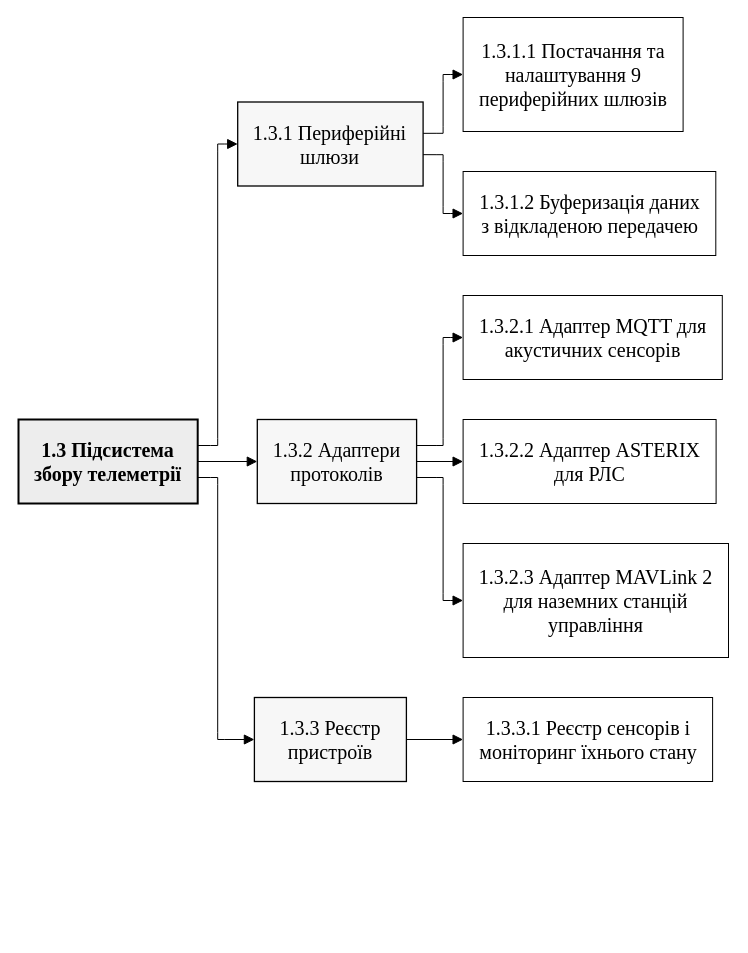
This is lab1/drawio/11_WBS_1.3.drawio from KravAvfv/-_2026, a draw.io file, before an edit. Source tidied: cells renumbered, new cells numbered last; positions are measured from the earlier drawing's top-left corner, leaving out a move shared by most shapes. Both pictures are drawn from the tidied source at 100%, with x=0, y=0 at pixel (18, 17).
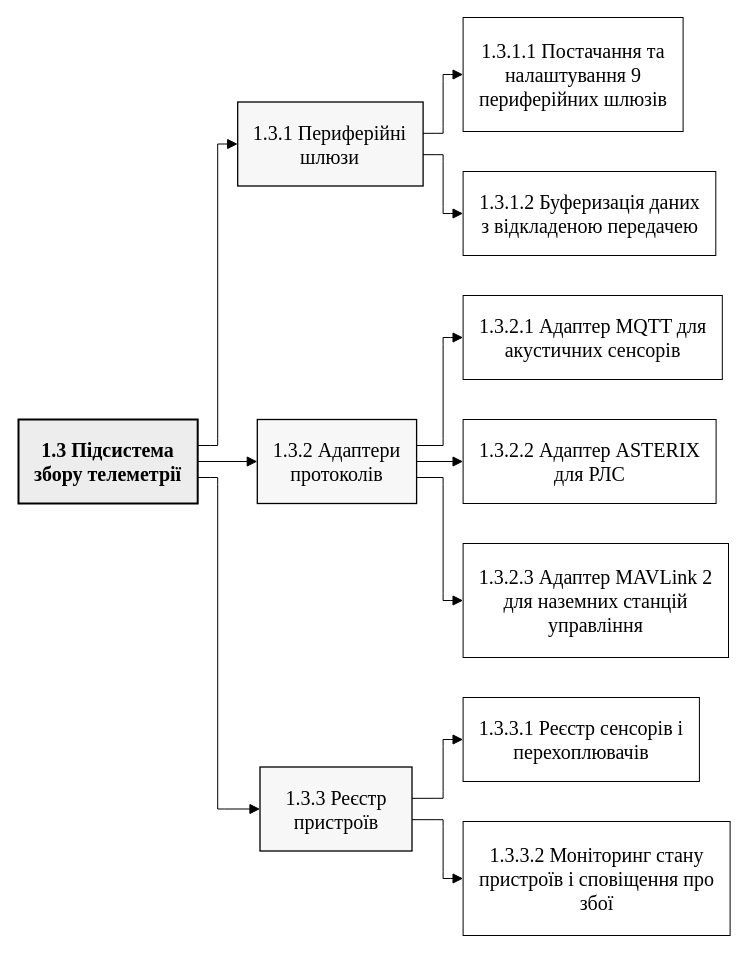
After the change.

Unchanged cells that the change refers to:
```xml
<mxCell id="2" value="1.3 Підсистема&lt;br&gt;збору телеметрії" style="rounded=0;whiteSpace=wrap;html=1;fontFamily=Times New Roman;fontSize=20;fontColor=#000000;fillColor=#EDEDED;strokeColor=#000000;strokeWidth=2;fontStyle=1;spacingLeft=4;spacingRight=4;" parent="1" vertex="1">
  <mxGeometry y="402" width="179.2" height="84" as="geometry" />
</mxCell>
```

What changed in the source:
```diff
@@
     <mxCell id="10" value="1.3.3 Реєстр&lt;br&gt;пристроїв" style="rounded=0;whiteSpace=wrap;html=1;fontFamily=Times New Roman;fontSize=20;fontColor=#000000;fillColor=#F7F7F7;strokeColor=#000000;strokeWidth=1.3;fontStyle=0;spacingLeft=4;spacingRight=4;" parent="1" vertex="1">
-      <mxGeometry x="235.9" y="680" width="152" height="84" as="geometry" />
+      <mxGeometry x="241.5" y="749.5" width="152" height="84" as="geometry" />
     </mxCell>
-    <mxCell id="11" value="1.3.3.1 Реєстр сенсорів і&lt;br&gt;моніторинг їхнього стану" style="rounded=0;whiteSpace=wrap;html=1;fontFamily=Times New Roman;fontSize=20;fontColor=#000000;fillColor=#FFFFFF;strokeColor=#000000;strokeWidth=1;fontStyle=0;spacingLeft=4;spacingRight=4;" parent="1" vertex="1">
-      <mxGeometry x="444.6" y="680" width="249.5" height="84" as="geometry" />
+    <mxCell id="11" value="1.3.3.1 Реєстр сенсорів і&lt;br&gt;перехоплювачів" style="rounded=0;whiteSpace=wrap;html=1;fontFamily=Times New Roman;fontSize=20;fontColor=#000000;fillColor=#FFFFFF;strokeColor=#000000;strokeWidth=1;fontStyle=0;spacingLeft=4;spacingRight=4;" parent="1" vertex="1">
+      <mxGeometry x="444.6" y="680" width="236.3" height="84" as="geometry" />
     </mxCell>
+    <mxCell id="21" value="1.3.3.2 Моніторинг стану&lt;br&gt;пристроїв і сповіщення про&lt;br&gt;збої" style="rounded=0;whiteSpace=wrap;html=1;fontFamily=Times New Roman;fontSize=20;fontColor=#000000;fillColor=#FFFFFF;strokeColor=#000000;strokeWidth=1;fontStyle=0;spacingLeft=4;spacingRight=4;" parent="1" vertex="1">
+      <mxGeometry x="444.6" y="804" width="267" height="114" as="geometry" />
+    </mxCell>
@@
     <mxCell id="19" style="html=1;endArrow=block;endFill=1;endSize=8;rounded=0;edgeStyle=none;strokeColor=#000000;fontFamily=Times New Roman;fontSize=18;labelBackgroundColor=#FFFFFF;exitX=1.0000;exitY=0.6905;exitDx=0;exitDy=0;exitPerimeter=0;entryX=0.0000;entryY=0.5000;entryDx=0;entryDy=0;entryPerimeter=0;" parent="1" edge="1" source="2" target="10">
       <mxGeometry relative="1" as="geometry">
         <Array as="points">
           <mxPoint x="192.2" y="460" />
           <mxPoint x="199.2" y="460" />
           <mxPoint x="199.2" y="467.1" />
-          <mxPoint x="199.2" y="714.9" />
-          <mxPoint x="199.2" y="722" />
-          <mxPoint x="206.3" y="722" />
+          <mxPoint x="199.2" y="784.4" />
+          <mxPoint x="199.2" y="791.5" />
+          <mxPoint x="206.3" y="791.5" />
         </Array>
       </mxGeometry>
     </mxCell>
-    <mxCell id="20" style="html=1;endArrow=block;endFill=1;endSize=8;rounded=0;edgeStyle=none;strokeColor=#000000;fontFamily=Times New Roman;fontSize=18;labelBackgroundColor=#FFFFFF;exitX=1.0000;exitY=0.5000;exitDx=0;exitDy=0;exitPerimeter=0;entryX=0.0000;entryY=0.5000;entryDx=0;entryDy=0;entryPerimeter=0;" parent="1" edge="1" source="10" target="11">
-      <mxGeometry relative="1" as="geometry" />
+    <mxCell id="20" style="html=1;endArrow=block;endFill=1;endSize=8;rounded=0;edgeStyle=none;strokeColor=#000000;fontFamily=Times New Roman;fontSize=18;labelBackgroundColor=#FFFFFF;exitX=1.0000;exitY=0.3730;exitDx=0;exitDy=0;exitPerimeter=0;entryX=0.0000;entryY=0.5000;entryDx=0;entryDy=0;entryPerimeter=0;" parent="1" edge="1" source="10" target="11">
+      <mxGeometry relative="1" as="geometry">
+        <Array as="points">
+          <mxPoint x="417.6" y="780.8" />
+          <mxPoint x="424.6" y="780.8" />
+          <mxPoint x="424.6" y="773.8" />
+          <mxPoint x="424.6" y="729.1" />
+          <mxPoint x="424.6" y="722" />
+          <mxPoint x="431.7" y="722" />
+        </Array>
+      </mxGeometry>
     </mxCell>
+    <mxCell id="22" style="html=1;endArrow=block;endFill=1;endSize=8;rounded=0;edgeStyle=none;strokeColor=#000000;fontFamily=Times New Roman;fontSize=18;labelBackgroundColor=#FFFFFF;exitX=1.0000;exitY=0.6270;exitDx=0;exitDy=0;exitPerimeter=0;entryX=0.0000;entryY=0.5000;entryDx=0;entryDy=0;entryPerimeter=0;" parent="1" edge="1" source="10" target="21">
+      <mxGeometry relative="1" as="geometry">
+        <Array as="points">
+          <mxPoint x="417.6" y="802.2" />
+          <mxPoint x="424.6" y="802.2" />
+          <mxPoint x="424.6" y="809.2" />
+          <mxPoint x="424.6" y="853.9" />
+          <mxPoint x="424.6" y="861" />
+          <mxPoint x="431.7" y="861" />
+        </Array>
+      </mxGeometry>
+    </mxCell>
```
